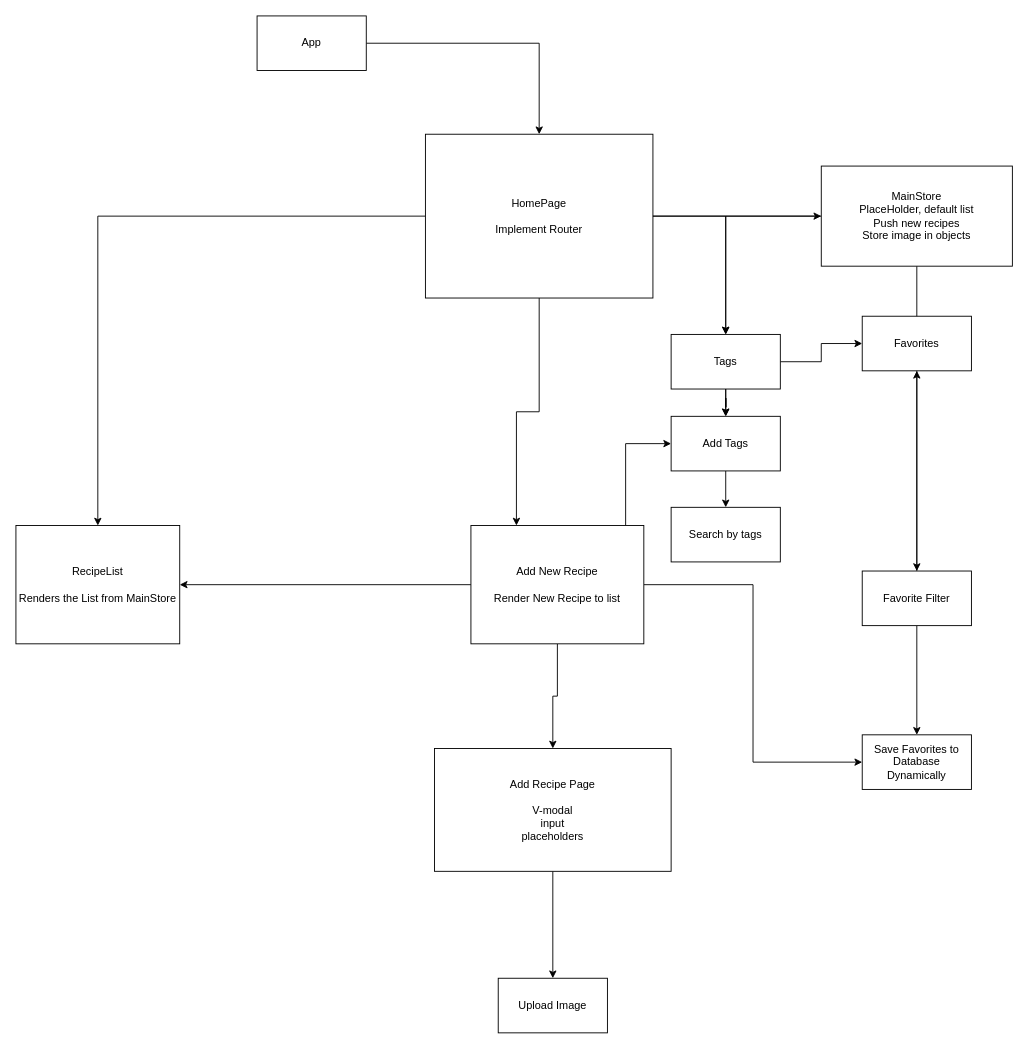
Above: recipe plans.drawio in Pharaex/recipe-book (draw.io), before the change. Source tidied: cells renumbered, new cells numbered last; positions are measured from the earlier drawing's top-left corner, leaving out a move shared by most shapes. Both pictures are drawn from the tidied source at 91%, with x=0, y=0 at pixel (15, 15).
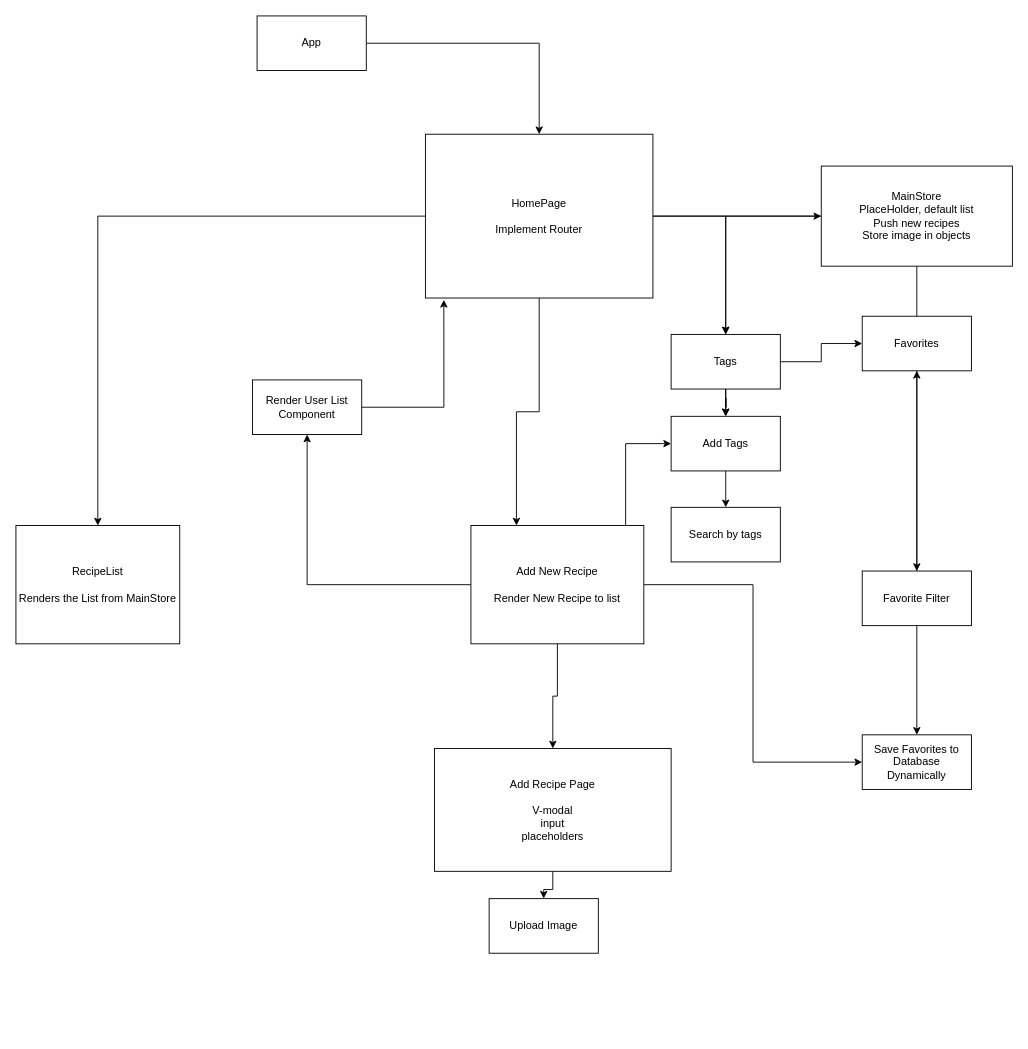
Above is the later version.

Unchanged cells that the change refers to:
```xml
<mxCell id="8" value="HomePage&lt;br&gt;&lt;br&gt;Implement Router" style="whiteSpace=wrap;html=1;rounded=0;" parent="1" vertex="1">
  <mxGeometry x="450" y="130" width="250" height="180" as="geometry" />
</mxCell>
<mxCell id="9" value="RecipeList&lt;br&gt;&lt;br&gt;Renders the List from MainStore&lt;br&gt;" style="whiteSpace=wrap;html=1;rounded=0;" parent="1" vertex="1">
  <mxGeometry y="560" width="180" height="130" as="geometry" />
</mxCell>
<mxCell id="14" value="Add New Recipe&lt;br&gt;&lt;br&gt;Render New Recipe to list" style="whiteSpace=wrap;html=1;rounded=0;" parent="1" vertex="1">
  <mxGeometry x="500" y="560" width="190" height="130" as="geometry" />
</mxCell>
```

Change to the diagram source:
```diff
@@
-    <mxCell id="10" style="edgeStyle=orthogonalEdgeStyle;rounded=0;jettySize=auto;html=1;" parent="1" edge="1" source="14" target="9">
-      <mxGeometry relative="1" as="geometry" />
-    </mxCell>
@@
+    <mxCell id="33" style="edgeStyle=orthogonalEdgeStyle;rounded=0;jettySize=auto;html=1;" parent="1" edge="1" source="14" target="35">
+      <mxGeometry relative="1" as="geometry" />
+    </mxCell>
@@
     <mxCell id="32" value="Upload Image" style="whiteSpace=wrap;html=1;rounded=0;" parent="1" vertex="1">
-      <mxGeometry x="530" y="1057.5" width="120" height="60" as="geometry" />
+      <mxGeometry x="520" y="970" width="120" height="60" as="geometry" />
     </mxCell>
+    <mxCell id="34" style="edgeStyle=orthogonalEdgeStyle;rounded=0;jettySize=auto;html=1;entryX=0.081;entryY=1.011;entryDx=0;entryDy=0;entryPerimeter=0;" parent="1" edge="1" source="35" target="8">
+      <mxGeometry relative="1" as="geometry" />
+    </mxCell>
+    <mxCell id="35" value="Render User List Component" style="whiteSpace=wrap;html=1;rounded=0;" parent="1" vertex="1">
+      <mxGeometry x="260" y="400" width="120" height="60" as="geometry" />
+    </mxCell>
```
